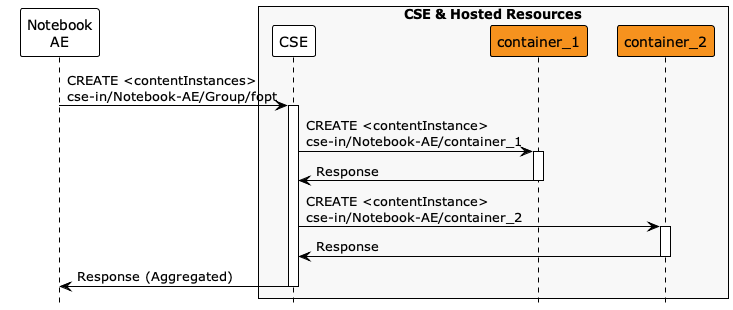
The PlantUML diagram images/04/create_contentInstances.png in ankraft/onem2m-jupyter-notebooks, before a commit.
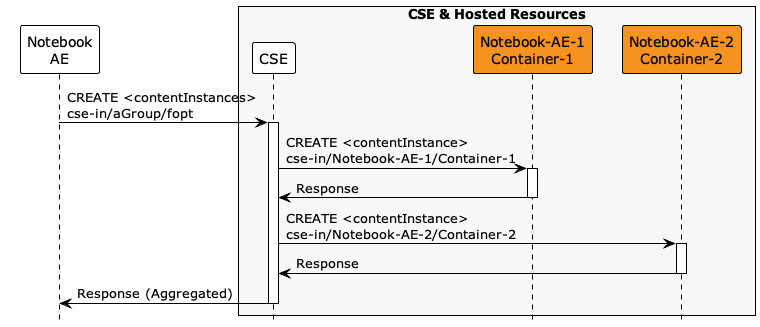
Later version of the same file.

Commit message:
Updated Group notebook. Now we work with 2 AE sub trees

Diff of the diagram source:
```diff
@@ -7,15 +7,15 @@
 participant "Notebook\nAE" as AE
 box "CSE & Hosted Resources" #f8f8f8
 participant "CSE" as CSE
-participant "container_1" as container_1 #F6921E
-participant "container_2" as container_2 #F6921E
+participant "Notebook-AE-1\nContainer-1" as container1 #F6921E
+participant "Notebook-AE-2\nContainer-2" as container2 #F6921E
 end box
 
-AE -> CSE ++: CREATE <contentInstances>\ncse-in/Notebook-AE/Group/fopt
-CSE -> container_1 ++: CREATE <contentInstance>\ncse-in/Notebook-AE/container_1
-CSE <- container_1 --: Response
-CSE -> container_2 ++: CREATE <contentInstance>\ncse-in/Notebook-AE/container_2
-CSE <- container_2 --: Response
+AE -> CSE ++: CREATE <contentInstances>\ncse-in/aGroup/fopt
+CSE -> container1 ++: CREATE <contentInstance>\ncse-in/Notebook-AE-1/Container-1
+CSE <- container1 --: Response
+CSE -> container2 ++: CREATE <contentInstance>\ncse-in/Notebook-AE-2/Container-2
+CSE <- container2 --: Response
 AE <- CSE --: Response (Aggregated)
 
 @enduml
```
